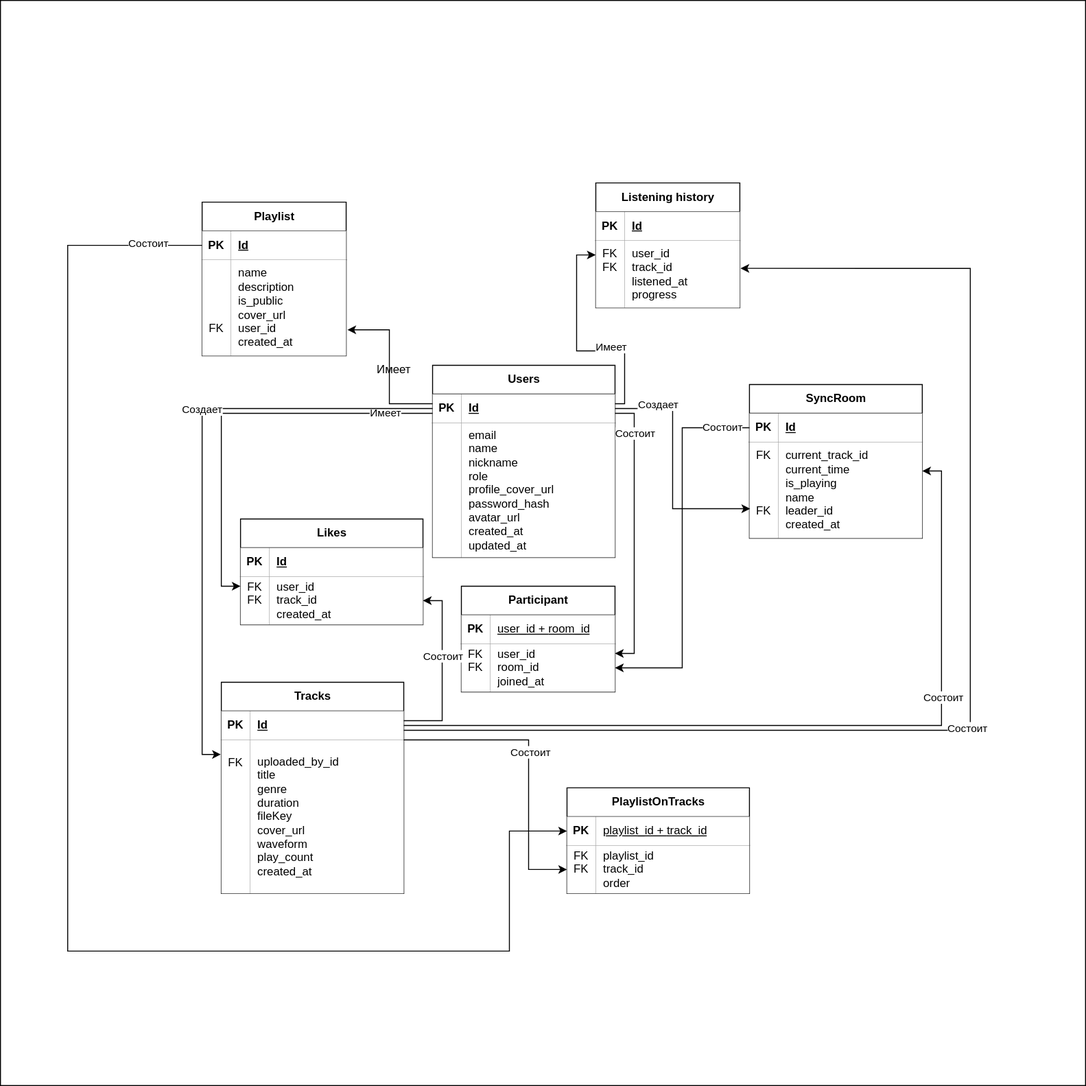
This is ER-диаграмма.drawio.svg from Sike999/Final-project, a draw.io export, as it was before one commit. Source tidied: cells renumbered, new cells last; positions are measured from the earlier drawing's top-left corner, leaving out a move shared by most shapes.
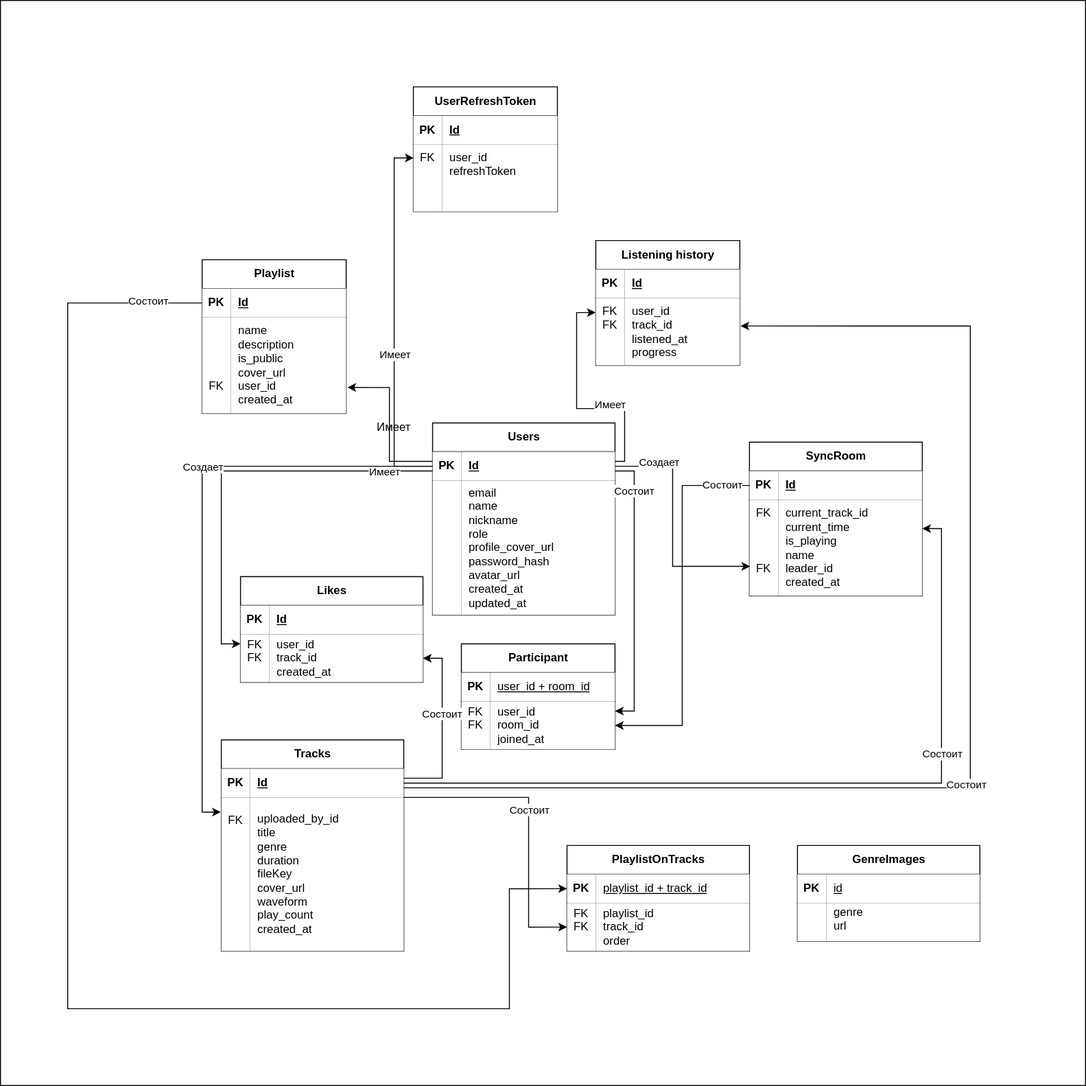
After the change.

Diff of the diagram source:
```diff
@@ -3,7 +3,7 @@
     <mxCell id="0" />
     <mxCell id="1" parent="0" />
     <mxCell id="2" style="whiteSpace=wrap;html=1;" parent="1" vertex="1">
-      <mxGeometry width="1130" height="1130" as="geometry" />
+      <mxGeometry y="-60" width="1130" height="1130" as="geometry" />
     </mxCell>
     <mxCell id="3" value="Users" style="shape=table;startSize=30;rowLines=0;fontStyle=1;align=center;html=1;" parent="1" vertex="1">
       <mxGeometry x="450" y="380" width="190" height="200" as="geometry" />
@@ -307,5 +307,53 @@
     <mxCell id="83" value="Имеет" style="text;html=1;whiteSpace=wrap;strokeColor=none;fillColor=none;align=center;verticalAlign=middle;rounded=0;" parent="1" vertex="1">
       <mxGeometry x="380" y="370" width="60" height="30" as="geometry" />
     </mxCell>
+    <mxCell id="84" value="GenreImages" style="shape=table;startSize=30;rowLines=0;fontStyle=1;align=center;html=1;" parent="1" vertex="1">
+      <mxGeometry x="830" y="820" width="190" height="100" as="geometry" />
+    </mxCell>
+    <mxCell id="85" style="shape=tableRow;horizontal=0;startSize=0;swimlaneHead=0;swimlaneBody=0;fillColor=none;top=0;left=0;right=0;bottom=1;" parent="84" vertex="1">
+      <mxGeometry y="30" width="190" height="30" as="geometry" />
+    </mxCell>
+    <mxCell id="86" value="PK" style="shape=partialRectangle;fillColor=default;top=0;left=0;bottom=0;right=0;fontStyle=1;overflow=hidden;whiteSpace=wrap;html=1;" parent="85" vertex="1">
+      <mxGeometry width="30" height="30" as="geometry" />
+    </mxCell>
+    <mxCell id="87" value="&lt;div style=&quot;font-weight: 400;&quot;&gt;id&lt;/div&gt;" style="shape=partialRectangle;fillColor=default;top=0;left=0;bottom=0;right=0;align=left;spacingLeft=6;fontStyle=5;overflow=hidden;whiteSpace=wrap;html=1;" parent="85" vertex="1">
+      <mxGeometry x="30" width="160" height="30" as="geometry" />
+    </mxCell>
+    <mxCell id="88" style="shape=tableRow;horizontal=0;startSize=0;swimlaneHead=0;swimlaneBody=0;fillColor=none;top=0;left=0;right=0;bottom=0;" parent="84" vertex="1">
+      <mxGeometry y="60" width="190" height="40" as="geometry" />
+    </mxCell>
+    <mxCell id="89" value="&lt;div&gt;&lt;br&gt;&lt;/div&gt;" style="shape=partialRectangle;fillColor=default;top=0;left=0;bottom=0;right=0;overflow=hidden;whiteSpace=wrap;html=1;" parent="88" vertex="1">
+      <mxGeometry width="30" height="40" as="geometry" />
+    </mxCell>
+    <mxCell id="90" value="&lt;div&gt;genre&lt;/div&gt;&lt;div&gt;url&lt;/div&gt;&lt;div&gt;&lt;br&gt;&lt;/div&gt;" style="shape=partialRectangle;fillColor=default;top=0;left=0;bottom=0;right=0;align=left;spacingLeft=6;overflow=hidden;whiteSpace=wrap;html=1;" parent="88" vertex="1">
+      <mxGeometry x="30" width="160" height="40" as="geometry" />
+    </mxCell>
+    <mxCell id="91" value="UserRefreshToken" style="shape=table;startSize=30;rowLines=0;fontStyle=1;align=center;html=1;" parent="1" vertex="1">
+      <mxGeometry x="430" y="30" width="150" height="130" as="geometry" />
+    </mxCell>
+    <mxCell id="92" style="shape=tableRow;horizontal=0;startSize=0;swimlaneHead=0;swimlaneBody=0;fillColor=none;top=0;left=0;right=0;bottom=1;" parent="91" vertex="1">
+      <mxGeometry y="30" width="150" height="30" as="geometry" />
+    </mxCell>
+    <mxCell id="93" value="PK" style="shape=partialRectangle;fillColor=default;top=0;left=0;bottom=0;right=0;fontStyle=1;overflow=hidden;whiteSpace=wrap;html=1;" parent="92" vertex="1">
+      <mxGeometry width="30" height="30" as="geometry" />
+    </mxCell>
+    <mxCell id="94" value="Id" style="shape=partialRectangle;fillColor=default;top=0;left=0;bottom=0;right=0;align=left;spacingLeft=6;fontStyle=5;overflow=hidden;whiteSpace=wrap;html=1;" parent="92" vertex="1">
+      <mxGeometry x="30" width="120" height="30" as="geometry" />
+    </mxCell>
+    <mxCell id="95" style="shape=tableRow;horizontal=0;startSize=0;swimlaneHead=0;swimlaneBody=0;fillColor=none;points=[[0,0.5],[1,0.5]];portConstraint=eastwest;top=0;left=0;right=0;bottom=0;" parent="91" vertex="1">
+      <mxGeometry y="60" width="150" height="70" as="geometry" />
+    </mxCell>
+    <mxCell id="96" value="FK&lt;div&gt;&lt;br&gt;&lt;div&gt;&lt;br&gt;&lt;/div&gt;&lt;div&gt;&lt;br&gt;&lt;/div&gt;&lt;/div&gt;" style="shape=partialRectangle;fillColor=default;top=0;left=0;bottom=0;right=0;overflow=hidden;whiteSpace=wrap;html=1;" parent="95" vertex="1">
+      <mxGeometry width="30" height="70" as="geometry" />
+    </mxCell>
+    <mxCell id="97" value="&lt;div&gt;user_id&lt;/div&gt;&lt;div&gt;refreshToken&lt;/div&gt;&lt;div&gt;&lt;br&gt;&lt;/div&gt;&lt;div&gt;&lt;br&gt;&lt;/div&gt;" style="shape=partialRectangle;fillColor=default;top=0;left=0;bottom=0;right=0;align=left;spacingLeft=6;overflow=hidden;whiteSpace=wrap;html=1;" parent="95" vertex="1">
+      <mxGeometry x="30" width="120" height="70" as="geometry" />
+    </mxCell>
+    <mxCell id="98" style="edgeStyle=orthogonalEdgeStyle;rounded=0;jettySize=auto;html=1;entryX=0.002;entryY=0.2;entryDx=0;entryDy=0;entryPerimeter=0;" parent="1" edge="1" source="4" target="95">
+      <mxGeometry relative="1" as="geometry" />
+    </mxCell>
+    <mxCell id="99" value="Имеет" style="edgeLabel;html=1;align=center;verticalAlign=middle;" parent="98" vertex="1">
+      <mxGeometry x="-0.18" y="-1" relative="1" as="geometry" />
+    </mxCell>
   </root>
 </mxGraphModel>
```
